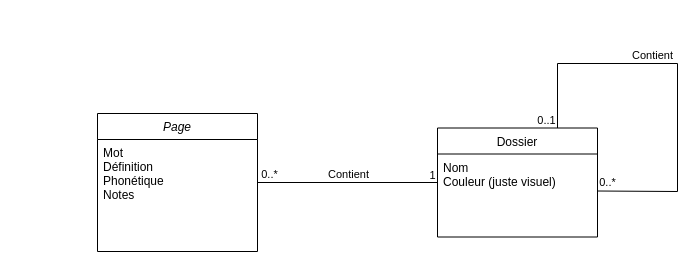
The draw.io diagram Visuels/wordies arch.drawio in Igniiis/wordies, before the edit. Source tidied: cells renumbered, new cells numbered last; positions are measured from the earlier drawing's top-left corner, leaving out a move shared by most shapes. Both pictures are drawn from the tidied source at 100%, with x=0, y=0 at pixel (97, 63).
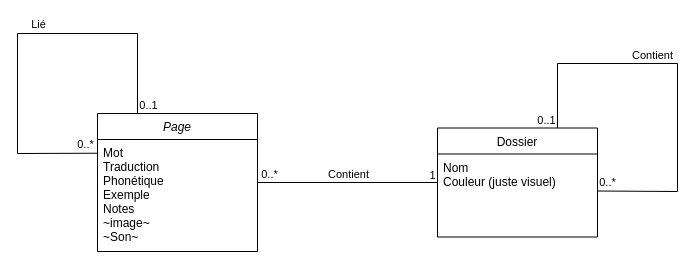
After the change.

Commit message (it also covers changes not shown here):
Mettre à jour wordies arch.drawio

Unchanged cells that the change refers to:
```xml
<mxCell id="2" value="Page" style="swimlane;fontStyle=2;align=center;verticalAlign=top;horizontal=1;startSize=26;rounded=0;shadow=0;strokeWidth=1;" parent="1" vertex="1">
  <mxGeometry y="50" width="160" height="138" as="geometry" />
</mxCell>
```

The edit, as a diff of the source:
```diff
@@
-    <mxCell id="3" value="Mot&#10;Définition&#10;Phonétique&#10;Notes" style="text;align=left;verticalAlign=top;spacingLeft=4;spacingRight=4;overflow=hidden;points=[[0,0.5],[1,0.5]];portConstraint=eastwest;" parent="2" vertex="1">
-      <mxGeometry y="26" width="160" height="94" as="geometry" />
+    <mxCell id="3" value="Mot&#10;Traduction&#10;Phonétique&#10;Exemple&#10;Notes&#10;~image~&#10;~Son~" style="text;align=left;verticalAlign=top;spacingLeft=4;spacingRight=4;overflow=hidden;points=[[0,0.5],[1,0.5]];portConstraint=eastwest;" parent="2" vertex="1">
+      <mxGeometry y="26" width="160" height="104" as="geometry" />
     </mxCell>
+    <mxCell id="14" style="endArrow=none;html=1;rounded=0;entryX=0.25;entryY=0;entryDx=0;entryDy=0;exitX=0;exitY=0.132;exitDx=0;exitDy=0;exitPerimeter=0;" parent="2" edge="1" source="3" target="2">
+      <mxGeometry relative="1" as="geometry">
+        <Array as="points">
+          <mxPoint x="-80" y="40" />
+          <mxPoint x="-80" y="-80" />
+          <mxPoint x="40" y="-80" />
+        </Array>
+      </mxGeometry>
+    </mxCell>
+    <mxCell id="15" value="Lié" style="edgeLabel;html=1;align=center;verticalAlign=middle;" parent="14" vertex="1">
+      <mxGeometry x="0.16" y="1" relative="1" as="geometry">
+        <mxPoint x="-11" y="-9" as="offset" />
+      </mxGeometry>
+    </mxCell>
+    <mxCell id="16" value="0..1" style="edgeLabel;html=1;align=center;verticalAlign=middle;" parent="14" vertex="1">
+      <mxGeometry x="0.94" y="-2" relative="1" as="geometry">
+        <mxPoint x="12" y="4" as="offset" />
+      </mxGeometry>
+    </mxCell>
+    <mxCell id="17" value="0..*" style="edgeLabel;html=1;align=center;verticalAlign=middle;" parent="14" vertex="1">
+      <mxGeometry x="-0.96" relative="1" as="geometry">
+        <mxPoint x="-5" y="-9" as="offset" />
+      </mxGeometry>
+    </mxCell>
```
